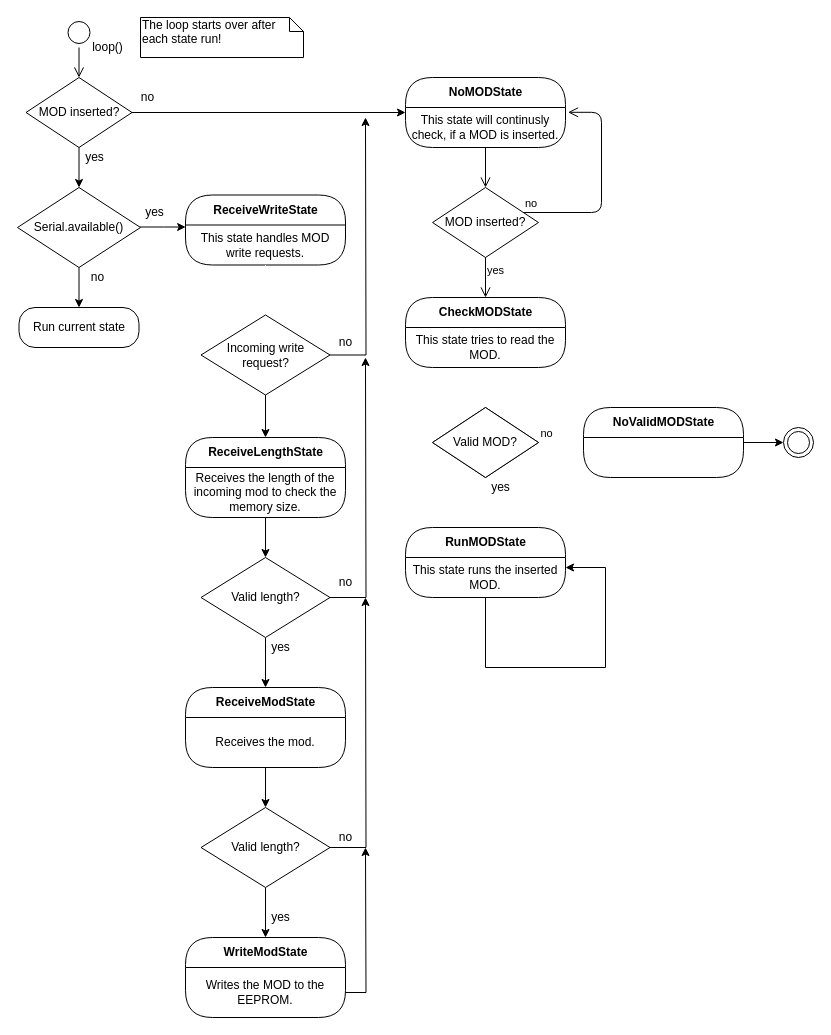
The draw.io diagram states.drawio in geaz/muRLi, before the edit. Source tidied: cells renumbered, new cells numbered last; positions are measured from the earlier drawing's top-left corner, leaving out a move shared by most shapes. Both pictures are drawn from the tidied source at 100%, with x=0, y=0 at pixel (17, 17).
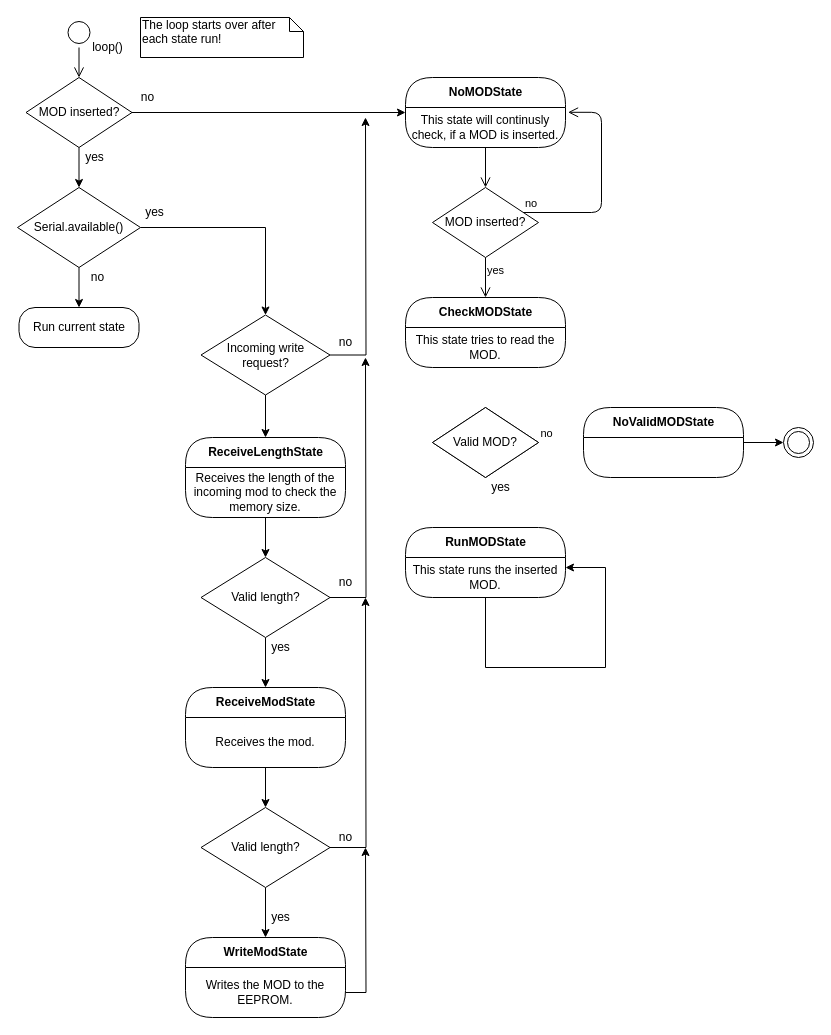
The same page after the edit.

The change refers to these unchanged cells:
```xml
<mxCell id="16" value="Incoming write request?" style="rhombus;whiteSpace=wrap;html=1;" parent="1" vertex="1">
  <mxGeometry x="183.5" y="297.5" width="129" height="80" as="geometry" />
</mxCell>
<mxCell id="27" value="Serial.available()" style="rhombus;whiteSpace=wrap;html=1;" parent="1" vertex="1">
  <mxGeometry y="170" width="123" height="80" as="geometry" />
</mxCell>
```

What changed in the source:
```diff
@@
-    <mxCell id="11" value="ReceiveWriteState" style="swimlane;html=1;fontStyle=1;align=center;verticalAlign=middle;horizontal=1;startSize=30;rounded=1;arcSize=30;swimlaneFillColor=#FFFFFF;" parent="1" vertex="1">
-      <mxGeometry x="168" y="177.5" width="160" height="70" as="geometry" />
-    </mxCell>
-    <mxCell id="12" value="This state handles MOD write requests." style="text;html=1;strokeColor=none;fillColor=none;align=center;verticalAlign=middle;spacingLeft=4;spacingRight=4;whiteSpace=wrap;overflow=hidden;fontColor=#000000;" parent="11" vertex="1">
-      <mxGeometry y="30" width="160" height="40" as="geometry" />
-    </mxCell>
@@
-    <mxCell id="17" style="edgeStyle=orthogonalEdgeStyle;rounded=0;jettySize=auto;html=1;entryX=0.5;entryY=0;entryDx=0;entryDy=0;strokeColor=#FFFFFF;" parent="1" edge="1" source="12" target="16">
-      <mxGeometry relative="1" as="geometry" />
+    <mxCell id="17" style="edgeStyle=orthogonalEdgeStyle;rounded=0;jettySize=auto;html=1;entryX=0.5;entryY=0;entryDx=0;entryDy=0;strokeColor=#FFFFFF;" parent="1" edge="1" target="16">
+      <mxGeometry relative="1" as="geometry">
+        <mxPoint x="248" y="247.5" as="sourcePoint" />
+      </mxGeometry>
     </mxCell>
@@
-    <mxCell id="26" style="edgeStyle=orthogonalEdgeStyle;rounded=0;jettySize=auto;html=1;entryX=0.001;entryY=0.051;entryDx=0;entryDy=0;entryPerimeter=0;" parent="1" edge="1" source="27" target="12">
+    <mxCell id="26" style="edgeStyle=orthogonalEdgeStyle;rounded=0;jettySize=auto;html=1;entryX=0.5;entryY=0;entryDx=0;entryDy=0;" parent="1" edge="1" source="27" target="16">
       <mxGeometry relative="1" as="geometry">
         <Array as="points">
-          <mxPoint x="146" y="210" />
+          <mxPoint x="248" y="210" />
         </Array>
       </mxGeometry>
     </mxCell>
```
